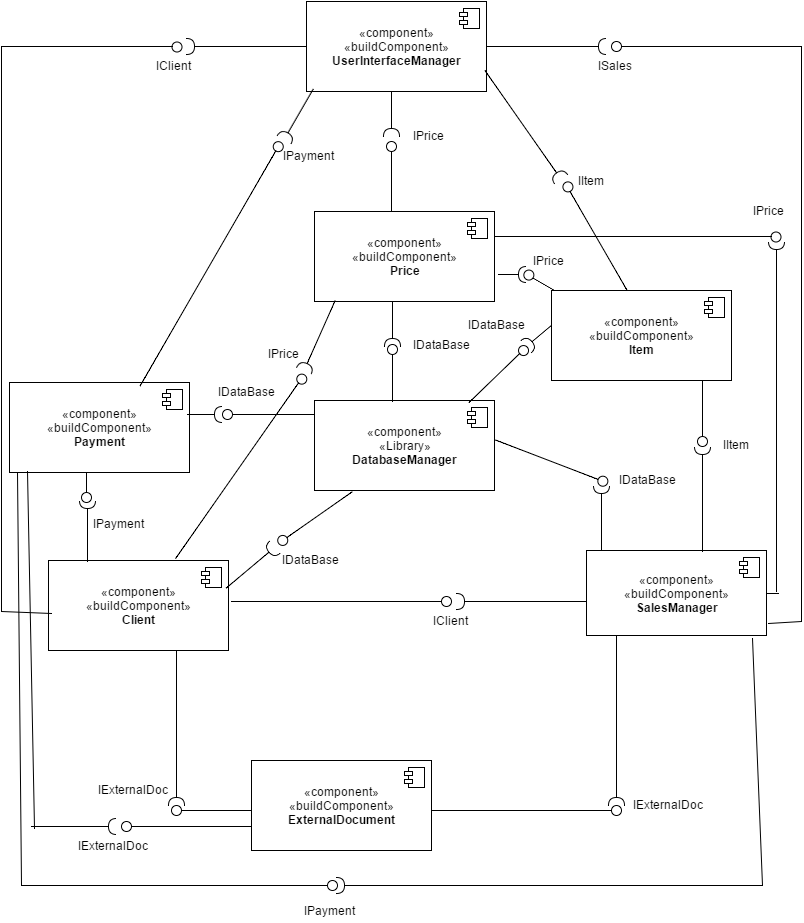
This is Component_Diagram.png from bobyfil/PTS_CourseProject, a draw.io export, as it was before one commit. Source tidied: cells renumbered, new cells last; positions are measured from the earlier drawing's top-left corner, leaving out a move shared by most shapes.
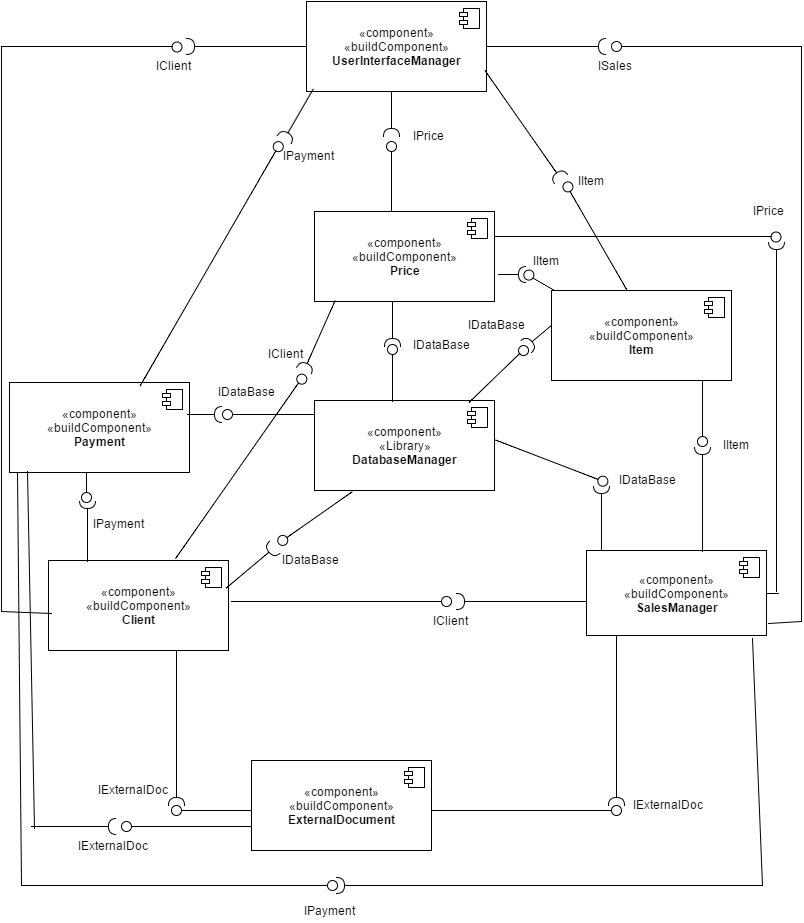
Later version of the same file.

Commit message:
Yet another Component Diagram

The edit, as a diff of the source:
```diff
@@ -208,8 +208,8 @@
     <mxCell id="63" style="shape=lollipop;direction=north;html=1;rotation=60;" parent="1" vertex="1">
       <mxGeometry x="532" y="226" width="125" height="18" as="geometry" />
     </mxCell>
-    <mxCell id="64" value="IPrice" style="text;html=1;align=left;verticalAlign=top;spacingTop=-4;" parent="1" vertex="1">
-      <mxGeometry x="530" y="250" width="50" height="20" as="geometry" />
+    <mxCell id="64" value="IItem" style="text;html=1;align=left;verticalAlign=top;spacingTop=-4;" parent="1" vertex="1">
+      <mxGeometry x="530" y="250" width="40" height="20" as="geometry" />
     </mxCell>
     <mxCell id="65" style="shape=lollipop;direction=north;html=1;rotation=125;" parent="1" vertex="1">
       <mxGeometry x="126" y="460" width="225" height="10" as="geometry" />
@@ -217,7 +217,7 @@
     <mxCell id="66" style="shape=requires;direction=south;html=1;rotation=114;" parent="1" vertex="1">
       <mxGeometry x="276" y="325" width="82" height="23" as="geometry" />
     </mxCell>
-    <mxCell id="67" value="IPrice" style="text;html=1;align=left;verticalAlign=top;spacingTop=-4;" parent="1" vertex="1">
+    <mxCell id="67" value="IClient" style="text;html=1;align=left;verticalAlign=top;spacingTop=-4;" parent="1" vertex="1">
       <mxGeometry x="265" y="343" width="50" height="20" as="geometry" />
     </mxCell>
     <mxCell id="68" style="shape=lollipop;direction=east;html=1;" parent="1" vertex="1">
```
